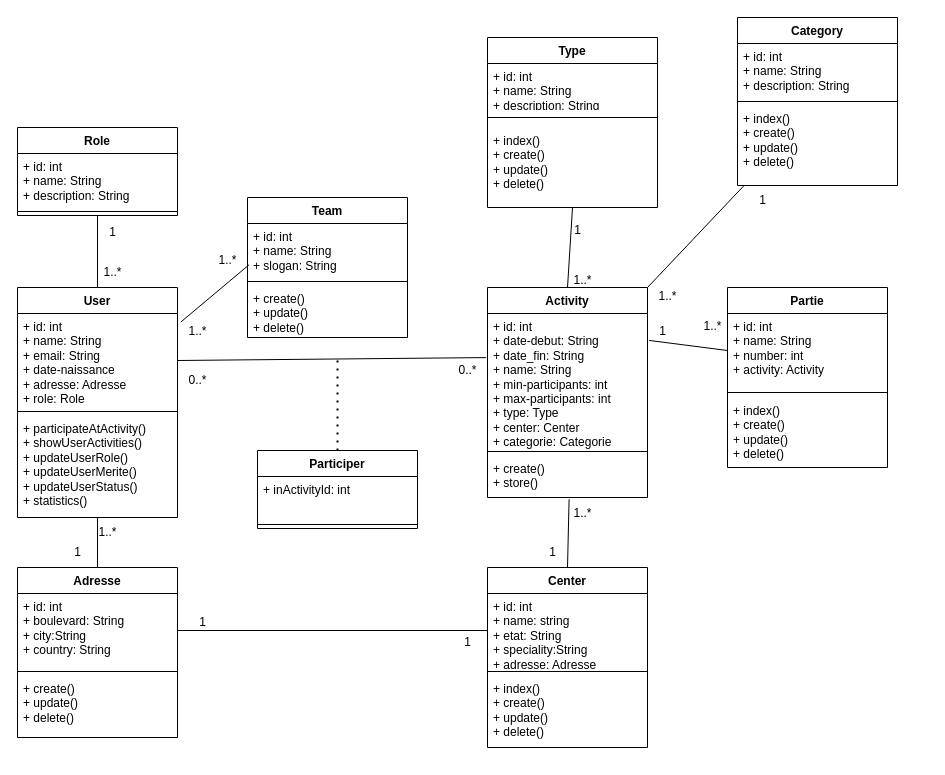
Earlier version of the draw.io diagram conceptions/class.drawio (abirmes/Matching-Backend). Source tidied: cells renumbered, new cells numbered last; positions are measured from the earlier drawing's top-left corner, leaving out a move shared by most shapes. Both pictures are drawn from the tidied source at 100%, with x=0, y=0 at pixel (17, 17).
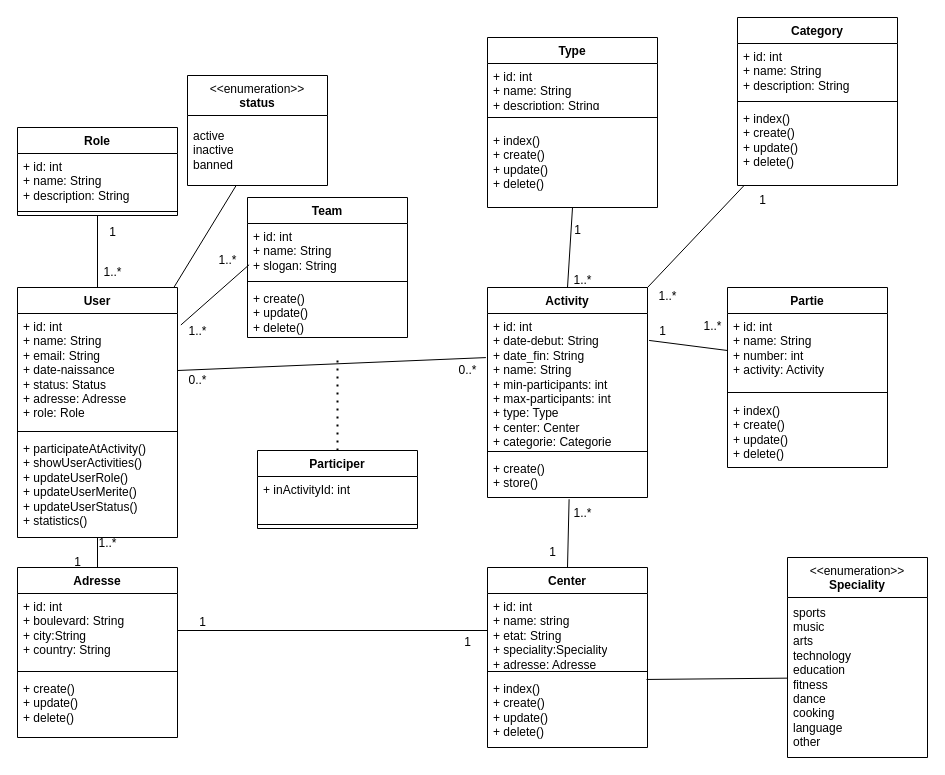
The same page after the edit.

The change refers to these unchanged cells:
```xml
<mxCell id="24" value="Center" style="swimlane;fontStyle=1;align=center;verticalAlign=top;horizontal=1;startSize=26;whiteSpace=wrap;html=1;" parent="1" vertex="1">
  <mxGeometry x="470" y="550" width="160" height="180" as="geometry" />
</mxCell>
<mxCell id="27" value="&lt;div&gt;&lt;span style=&quot;color: rgb(0, 0, 0);&quot;&gt;+ index()&lt;/span&gt;&lt;/div&gt;&lt;span style=&quot;color: rgb(0, 0, 0);&quot;&gt;+ create()&lt;/span&gt;&lt;div&gt;+ update()&lt;/div&gt;&lt;div&gt;+ delete()&lt;/div&gt;" style="text;strokeColor=none;fillColor=none;align=left;verticalAlign=top;spacingLeft=4;spacingRight=4;overflow=hidden;points=[[0,0.5],[1,0.5]];portConstraint=eastwest;whiteSpace=wrap;html=1;" parent="24" vertex="1">
  <mxGeometry y="108" width="160" height="72" as="geometry" />
</mxCell>
<mxCell id="46" value="1..*" style="text;html=1;align=center;verticalAlign=middle;points=[];strokeColor=none;fillColor=none;" parent="1" vertex="1">
  <mxGeometry x="75" y="240" width="40" height="30" as="geometry" />
</mxCell>
```

Diff of the diagram source:
```diff
@@
+    <mxCell id="68" style="edgeStyle=none;html=1;exitX=0.5;exitY=0;exitDx=0;exitDy=0;" parent="1" edge="1" source="6" target="46">
+      <mxGeometry relative="1" as="geometry" />
+    </mxCell>
     <mxCell id="6" value="User" style="swimlane;fontStyle=1;align=center;verticalAlign=top;horizontal=1;startSize=26;whiteSpace=wrap;html=1;" parent="1" vertex="1">
-      <mxGeometry y="270" width="160" height="230" as="geometry" />
+      <mxGeometry y="270" width="160" height="250" as="geometry" />
     </mxCell>
-    <mxCell id="7" value="&lt;div&gt;+ id: int&lt;/div&gt;+ name: String&lt;div&gt;+ email: String&lt;/div&gt;&lt;div&gt;+ date-naissance&lt;/div&gt;&lt;div&gt;+ adresse: Adresse&lt;/div&gt;&lt;div&gt;+ role: Role&lt;/div&gt;" style="text;strokeColor=none;fillColor=none;align=left;verticalAlign=top;spacingLeft=4;spacingRight=4;overflow=hidden;points=[[0,0.5],[1,0.5]];portConstraint=eastwest;whiteSpace=wrap;html=1;" parent="6" vertex="1">
-      <mxGeometry y="26" width="160" height="94" as="geometry" />
+    <mxCell id="7" value="&lt;div&gt;+ id: int&lt;/div&gt;+ name: String&lt;div&gt;+ email: String&lt;/div&gt;&lt;div&gt;+ date-naissance&lt;/div&gt;&lt;div&gt;+ status: Status&lt;/div&gt;&lt;div&gt;+ adresse: Adresse&lt;/div&gt;&lt;div&gt;+ role: Role&lt;/div&gt;" style="text;strokeColor=none;fillColor=none;align=left;verticalAlign=top;spacingLeft=4;spacingRight=4;overflow=hidden;points=[[0,0.5],[1,0.5]];portConstraint=eastwest;whiteSpace=wrap;html=1;" parent="6" vertex="1">
+      <mxGeometry y="26" width="160" height="114" as="geometry" />
     </mxCell>
     <mxCell id="8" style="line;strokeWidth=1;fillColor=none;align=left;verticalAlign=middle;spacingTop=-1;spacingLeft=3;spacingRight=3;labelPosition=right;strokeColor=inherit;" parent="6" vertex="1">
-      <mxGeometry y="120" width="160" height="8" as="geometry" />
+      <mxGeometry y="140" width="160" height="8" as="geometry" />
     </mxCell>
     <mxCell id="9" value="+ participateAtActivity()&lt;div&gt;+ showUserActivities()&lt;/div&gt;&lt;div&gt;+ updateUserRole()&lt;/div&gt;&lt;div&gt;+ updateUserMerite()&lt;/div&gt;&lt;div&gt;+ updateUserStatus()&lt;/div&gt;&lt;div&gt;+ statistics()&lt;/div&gt;&lt;div&gt;&lt;div&gt;&lt;br style=&quot;color: rgb(63, 63, 63);&quot;&gt;&lt;/div&gt;&lt;div&gt;&lt;br style=&quot;color: rgb(63, 63, 63);&quot;&gt;&lt;/div&gt;&lt;div&gt;&lt;br&gt;&lt;/div&gt;&lt;/div&gt;" style="text;strokeColor=none;fillColor=none;align=left;verticalAlign=top;spacingLeft=4;spacingRight=4;overflow=hidden;points=[[0,0.5],[1,0.5]];portConstraint=eastwest;whiteSpace=wrap;html=1;" parent="6" vertex="1">
-      <mxGeometry y="128" width="160" height="102" as="geometry" />
+      <mxGeometry y="148" width="160" height="102" as="geometry" />
     </mxCell>
@@
-    <mxCell id="25" value="+ id: int&lt;div&gt;&lt;font color=&quot;#000000&quot;&gt;+ name: string&lt;/font&gt;&lt;/div&gt;&lt;div&gt;&lt;div&gt;+ etat: String&lt;/div&gt;&lt;div&gt;+ speciality:String&lt;/div&gt;&lt;div&gt;+ adresse: Adresse&lt;/div&gt;&lt;div&gt;&lt;br&gt;&lt;/div&gt;&lt;/div&gt;" style="text;strokeColor=none;fillColor=none;align=left;verticalAlign=top;spacingLeft=4;spacingRight=4;overflow=hidden;points=[[0,0.5],[1,0.5]];portConstraint=eastwest;whiteSpace=wrap;html=1;" parent="24" vertex="1">
+    <mxCell id="25" value="+ id: int&lt;div&gt;&lt;font color=&quot;#000000&quot;&gt;+ name: string&lt;/font&gt;&lt;/div&gt;&lt;div&gt;&lt;div&gt;+ etat: String&lt;/div&gt;&lt;div&gt;+ speciality:Speciality&lt;/div&gt;&lt;div&gt;+ adresse: Adresse&lt;/div&gt;&lt;div&gt;&lt;br&gt;&lt;/div&gt;&lt;/div&gt;" style="text;strokeColor=none;fillColor=none;align=left;verticalAlign=top;spacingLeft=4;spacingRight=4;overflow=hidden;points=[[0,0.5],[1,0.5]];portConstraint=eastwest;whiteSpace=wrap;html=1;" parent="24" vertex="1">
       <mxGeometry y="26" width="160" height="74" as="geometry" />
     </mxCell>
@@
     <mxCell id="45" value="1..*" style="text;html=1;align=center;verticalAlign=middle;strokeColor=none;fillColor=none;" parent="1" vertex="1">
-      <mxGeometry x="70" y="500" width="40" height="30" as="geometry" />
+      <mxGeometry x="70" y="511" width="40" height="30" as="geometry" />
     </mxCell>
@@
     <mxCell id="49" value="1" style="text;html=1;align=center;verticalAlign=middle;strokeColor=none;fillColor=none;" parent="1" vertex="1">
-      <mxGeometry x="45" y="520" width="30" height="30" as="geometry" />
+      <mxGeometry x="45" y="530" width="30" height="30" as="geometry" />
     </mxCell>
@@
+    <mxCell id="69" value="&amp;lt;&amp;lt;enumeration&amp;gt;&amp;gt;&lt;br&gt;&lt;b&gt;status&lt;/b&gt;" style="swimlane;fontStyle=0;align=center;verticalAlign=top;horizontal=1;startSize=40;html=1;whiteSpace=wrap;" parent="1" vertex="1">
+      <mxGeometry x="170" y="58" width="140" height="110" as="geometry" />
+    </mxCell>
+    <mxCell id="70" value="active&lt;div&gt;inactive&lt;/div&gt;&lt;div&gt;banned&lt;/div&gt;" style="text;html=1;strokeColor=none;fillColor=none;align=left;verticalAlign=middle;spacingLeft=4;spacingRight=4;overflow=hidden;points=[[0,0.5],[1,0.5]];portConstraint=eastwest;whiteSpace=wrap;" parent="69" vertex="1">
+      <mxGeometry y="40" width="140" height="70" as="geometry" />
+    </mxCell>
+    <mxCell id="71" value="&amp;lt;&amp;lt;enumeration&amp;gt;&amp;gt;&lt;br&gt;&lt;b&gt;Speciality&lt;/b&gt;" style="swimlane;fontStyle=0;align=center;verticalAlign=top;horizontal=1;startSize=40;html=1;whiteSpace=wrap;" parent="1" vertex="1">
+      <mxGeometry x="770" y="540" width="140" height="200" as="geometry" />
+    </mxCell>
+    <mxCell id="72" value="sports&lt;div&gt;music&lt;/div&gt;&lt;div&gt;arts&lt;/div&gt;&lt;div&gt;technology&lt;/div&gt;&lt;div&gt;education&lt;/div&gt;&lt;div&gt;fitness&lt;/div&gt;&lt;div&gt;dance&lt;/div&gt;&lt;div&gt;cooking&lt;/div&gt;&lt;div&gt;language&lt;/div&gt;&lt;div&gt;other&lt;/div&gt;" style="text;html=1;strokeColor=none;fillColor=none;align=left;verticalAlign=middle;spacingLeft=4;spacingRight=4;overflow=hidden;points=[[0,0.5],[1,0.5]];portConstraint=eastwest;whiteSpace=wrap;" parent="71" vertex="1">
+      <mxGeometry y="40" width="140" height="160" as="geometry" />
+    </mxCell>
+    <mxCell id="73" style="endArrow=none;html=1;" parent="1" edge="1" source="6" target="70">
+      <mxGeometry relative="1" as="geometry" />
+    </mxCell>
+    <mxCell id="74" style="endArrow=none;html=1;exitX=0.994;exitY=0.055;exitDx=0;exitDy=0;exitPerimeter=0;" parent="1" edge="1" source="27" target="72">
+      <mxGeometry relative="1" as="geometry" />
+    </mxCell>
```
